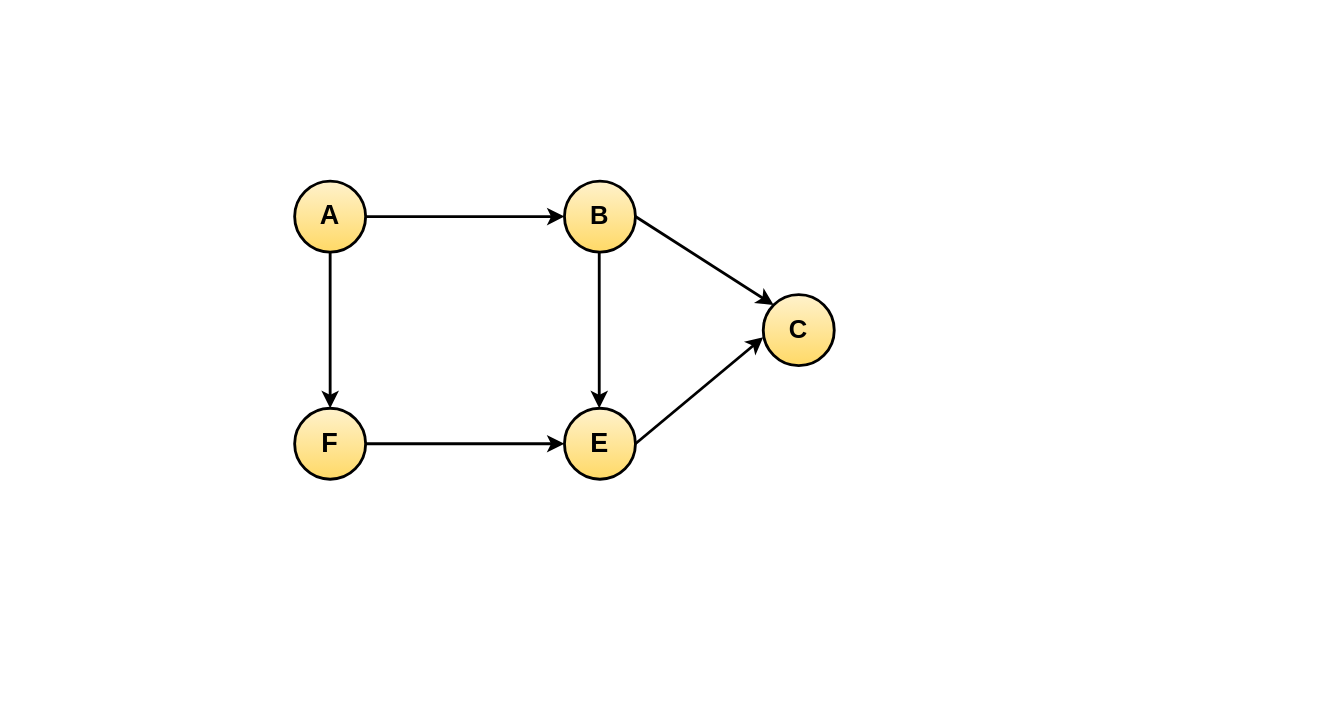
This is graph.drawio from EkraBD/MyRep2, a draw.io file, before an edit. Source tidied: cells renumbered, new cells numbered last; positions are measured from the earlier drawing's top-left corner, leaving out a move shared by most shapes. Both pictures are drawn from the tidied source at 142%, with x=0, y=0 at pixel (24, 24).
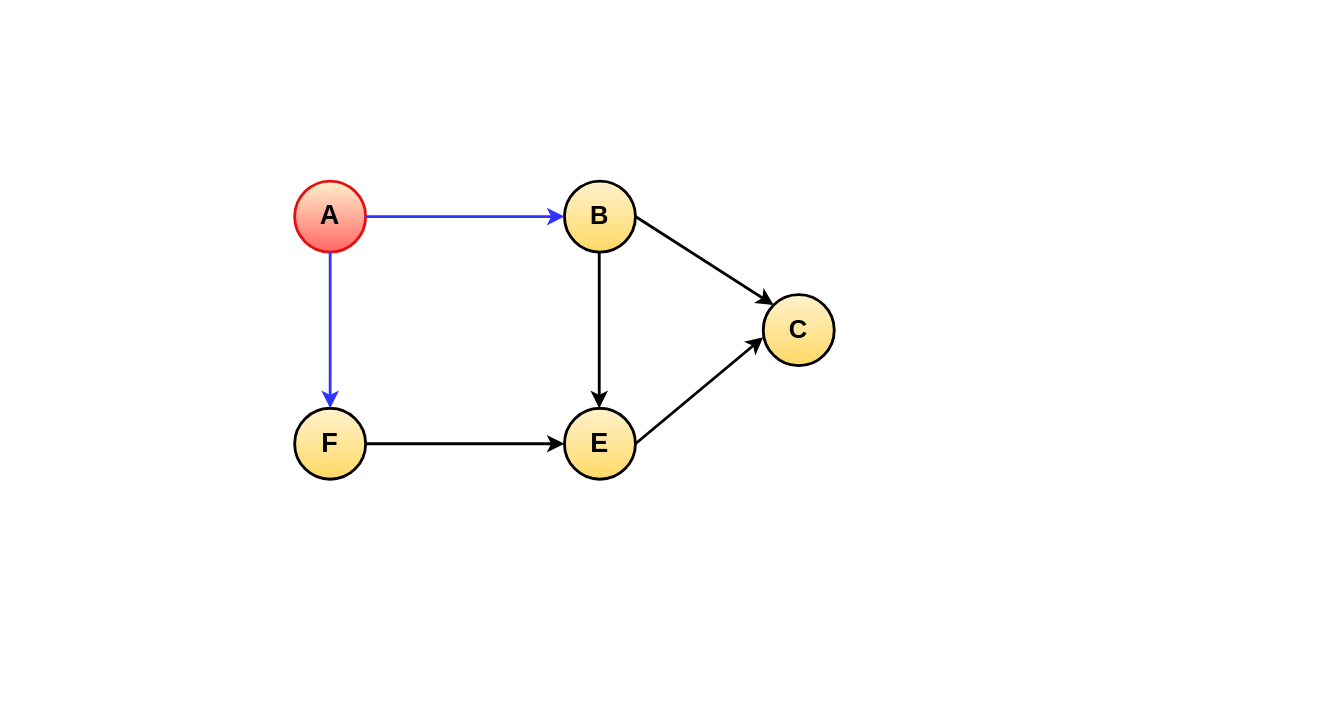
Above is the later version.

Change to the diagram source:
```diff
@@
 <mxGraphModel>
   <root>
     <mxCell id="0" />
     <mxCell id="1" parent="0" />
     <mxCell id="2" style="rounded=0;whiteSpace=wrap;html=1;strokeWidth=2;strokeColor=none;" parent="1" vertex="1">
       <mxGeometry width="900" height="460" as="geometry" />
     </mxCell>
     <mxCell id="3" value="&lt;font style=&quot;font-size: 18px;&quot;&gt;C&lt;/font&gt;" style="ellipse;whiteSpace=wrap;html=1;fillColor=#fff2cc;strokeColor=default;gradientColor=#ffd966;fontStyle=1;labelBorderColor=none;strokeWidth=2;" parent="1" vertex="1">
       <mxGeometry x="520" y="190" width="50" height="50" as="geometry" />
     </mxCell>
     <mxCell id="4" value="&lt;font style=&quot;font-size: 18px;&quot;&gt;B&lt;/font&gt;" style="ellipse;whiteSpace=wrap;html=1;fillColor=#fff2cc;strokeColor=default;gradientColor=#ffd966;fontStyle=1;labelBorderColor=none;strokeWidth=2;" parent="1" vertex="1">
       <mxGeometry x="380" y="110" width="50" height="50" as="geometry" />
     </mxCell>
-    <mxCell id="5" value="&lt;font style=&quot;font-size: 19px;&quot;&gt;A&lt;/font&gt;" style="ellipse;whiteSpace=wrap;html=1;fillColor=#fff2cc;strokeColor=default;gradientColor=#ffd966;fontStyle=1;labelBorderColor=none;strokeWidth=2;" parent="1" vertex="1">
+    <mxCell id="5" value="&lt;font style=&quot;font-size: 19px;&quot;&gt;A&lt;/font&gt;" style="ellipse;whiteSpace=wrap;html=1;fillColor=#fff2cc;strokeColor=#e60f0f;gradientColor=#ff6666;fontStyle=1;labelBorderColor=none;strokeWidth=2;" parent="1" vertex="1">
       <mxGeometry x="190" y="110" width="50" height="50" as="geometry" />
     </mxCell>
     <mxCell id="6" value="&lt;span style=&quot;font-size: 19px;&quot;&gt;F&lt;/span&gt;" style="ellipse;whiteSpace=wrap;html=1;fillColor=#fff2cc;strokeColor=default;gradientColor=#ffd966;fontStyle=1;labelBorderColor=none;strokeWidth=2;" parent="1" vertex="1">
       <mxGeometry x="190" y="270" width="50" height="50" as="geometry" />
     </mxCell>
     <mxCell id="7" value="&lt;span style=&quot;font-size: 19px;&quot;&gt;E&lt;/span&gt;" style="ellipse;whiteSpace=wrap;html=1;fillColor=#fff2cc;strokeColor=default;gradientColor=#ffd966;fontStyle=1;labelBorderColor=none;strokeWidth=2;" parent="1" vertex="1">
       <mxGeometry x="380" y="270" width="50" height="50" as="geometry" />
     </mxCell>
-    <mxCell id="8" style="endArrow=classic;html=1;rounded=0;strokeWidth=2;exitX=1;exitY=0.5;exitDx=0;exitDy=0;entryX=0;entryY=0.5;entryDx=0;entryDy=0;" parent="1" edge="1" source="5" target="4">
+    <mxCell id="8" style="endArrow=classic;html=1;rounded=0;strokeWidth=2;exitX=1;exitY=0.5;exitDx=0;exitDy=0;entryX=0;entryY=0.5;entryDx=0;entryDy=0;strokeColor=#3333FF;" parent="1" edge="1" source="5" target="4">
       <mxGeometry relative="1" as="geometry" />
     </mxCell>
     <mxCell id="9" style="endArrow=classic;html=1;rounded=0;strokeWidth=2;exitX=1;exitY=0.5;exitDx=0;exitDy=0;entryX=0;entryY=0.5;entryDx=0;entryDy=0;" parent="1" edge="1" source="6" target="7">
       <mxGeometry relative="1" as="geometry" />
     </mxCell>
-    <mxCell id="10" style="endArrow=classic;html=1;rounded=0;strokeWidth=2;exitX=0.5;exitY=1;exitDx=0;exitDy=0;entryX=0.5;entryY=0;entryDx=0;entryDy=0;entryPerimeter=0;" parent="1" edge="1" source="5" target="6">
+    <mxCell id="10" style="endArrow=classic;html=1;rounded=0;strokeWidth=2;exitX=0.5;exitY=1;exitDx=0;exitDy=0;entryX=0.5;entryY=0;entryDx=0;entryDy=0;entryPerimeter=0;strokeColor=#3333FF;" parent="1" edge="1" source="5" target="6">
       <mxGeometry relative="1" as="geometry">
         <Array as="points">
           <mxPoint x="215" y="210" />
         </Array>
       </mxGeometry>
     </mxCell>
     <mxCell id="11" style="endArrow=classic;html=1;rounded=0;strokeWidth=2;exitX=0.5;exitY=1;exitDx=0;exitDy=0;entryX=0.5;entryY=0;entryDx=0;entryDy=0;entryPerimeter=0;" parent="1" edge="1">
       <mxGeometry relative="1" as="geometry">
         <mxPoint x="404.5" y="160" as="sourcePoint" />
         <mxPoint x="404.5" y="270" as="targetPoint" />
       </mxGeometry>
     </mxCell>
     <mxCell id="12" style="endArrow=classic;html=1;rounded=0;strokeWidth=2;exitX=1;exitY=0.5;exitDx=0;exitDy=0;entryX=0;entryY=0.6;entryDx=0;entryDy=0;entryPerimeter=0;" parent="1" edge="1" source="7" target="3">
       <mxGeometry relative="1" as="geometry" />
     </mxCell>
     <mxCell id="13" style="endArrow=classic;html=1;rounded=0;strokeWidth=2;entryX=0;entryY=0;entryDx=0;entryDy=0;exitX=1;exitY=0.5;exitDx=0;exitDy=0;" parent="1" edge="1" source="4" target="3">
       <mxGeometry relative="1" as="geometry" />
     </mxCell>
   </root>
 </mxGraphModel>
```
